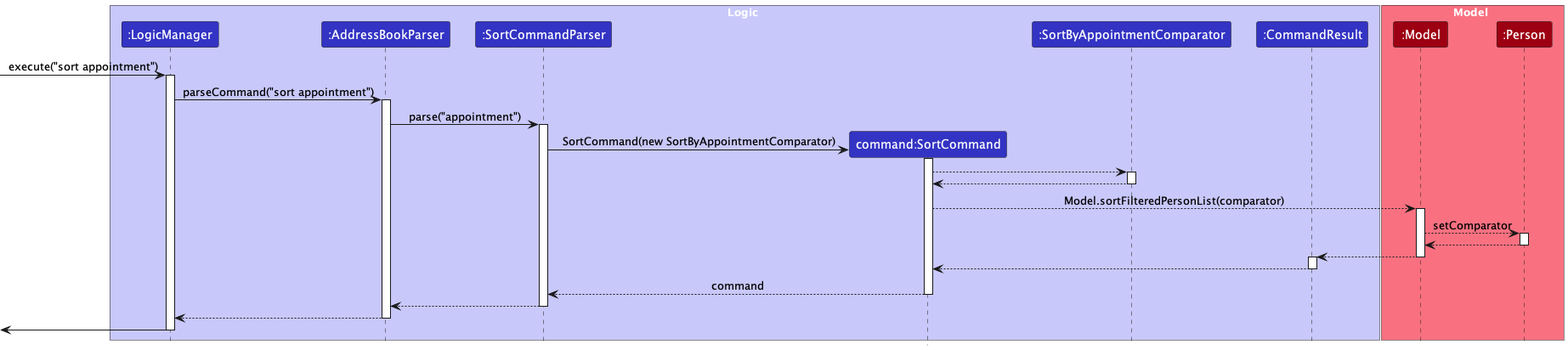
The PlantUML diagram docs/images/SortClassSequenceDiagram.png in nus-cs2103-AY2324S1/tp, before a commit. Its source is kept beside it as docs/diagrams/SortClassSequenceDiagram.puml.
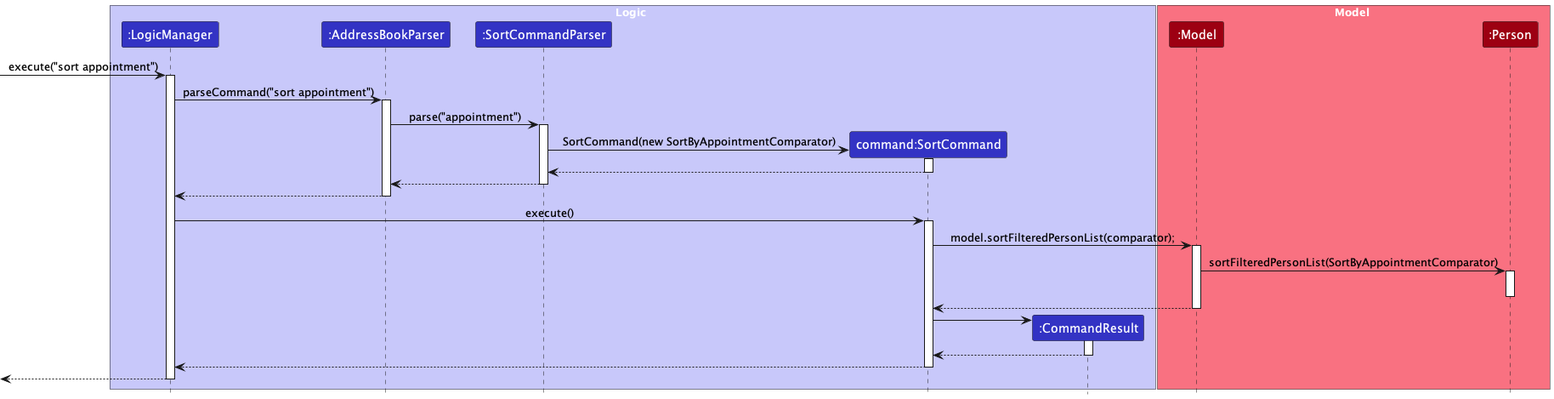
After the change.

The edit, as a diff of the source:
```diff
@@ -7,7 +7,6 @@
 participant ":AddressBookParser" as AddressBookParser LOGIC_COLOR
 participant ":SortCommandParser" as SortCommandParser LOGIC_COLOR
 participant "command:SortCommand" as SortCommand LOGIC_COLOR
-participant ":SortByAppointmentComparator" as SortByAppointmentComparator LOGIC_COLOR
 participant ":CommandResult" as CommandResult LOGIC_COLOR
 end box
 
@@ -30,28 +29,35 @@
 SortCommandParser -> SortCommand: SortCommand(new SortByAppointmentComparator)
 activate SortCommand
 
-SortCommand -> SortByAppointmentComparator
-activate SortByAppointmentComparator
-SortByAppointmentComparator --> SortCommand
-deactivate SortByAppointmentComparator
+SortCommand --> SortCommandParser
+deactivate SortCommand
 
-SortCommand -> Model: Model.sortFilteredPersonList(comparator)
+SortCommandParser --> AddressBookParser
+deactivate SortCommandParser
+
+AddressBookParser --> LogicManager
+deactivate AddressBookParser
+
+LogicManager -> SortCommand: execute()
+activate SortCommand
+SortCommand -> Model: model.sortFilteredPersonList(comparator);
 activate Model
-Model -> Person: setComparator
+
+Model -> Person : sortFilteredPersonList(SortByAppointmentComparator)
 activate Person
-Person --> Model
 deactivate Person
-Model --> CommandResult
+
+Model --> SortCommand
 deactivate Model
+
+create CommandResult
+SortCommand -> CommandResult
 activate CommandResult
 CommandResult --> SortCommand
 deactivate CommandResult
-SortCommand --> SortCommandParser : command
+SortCommand --> LogicManager
 deactivate SortCommand
-SortCommandParser --> AddressBookParser
-deactivate SortCommandParser
-AddressBookParser --> LogicManager
-deactivate AddressBookParser
+
 [<-- LogicManager
 deactivate LogicManager
 
```
